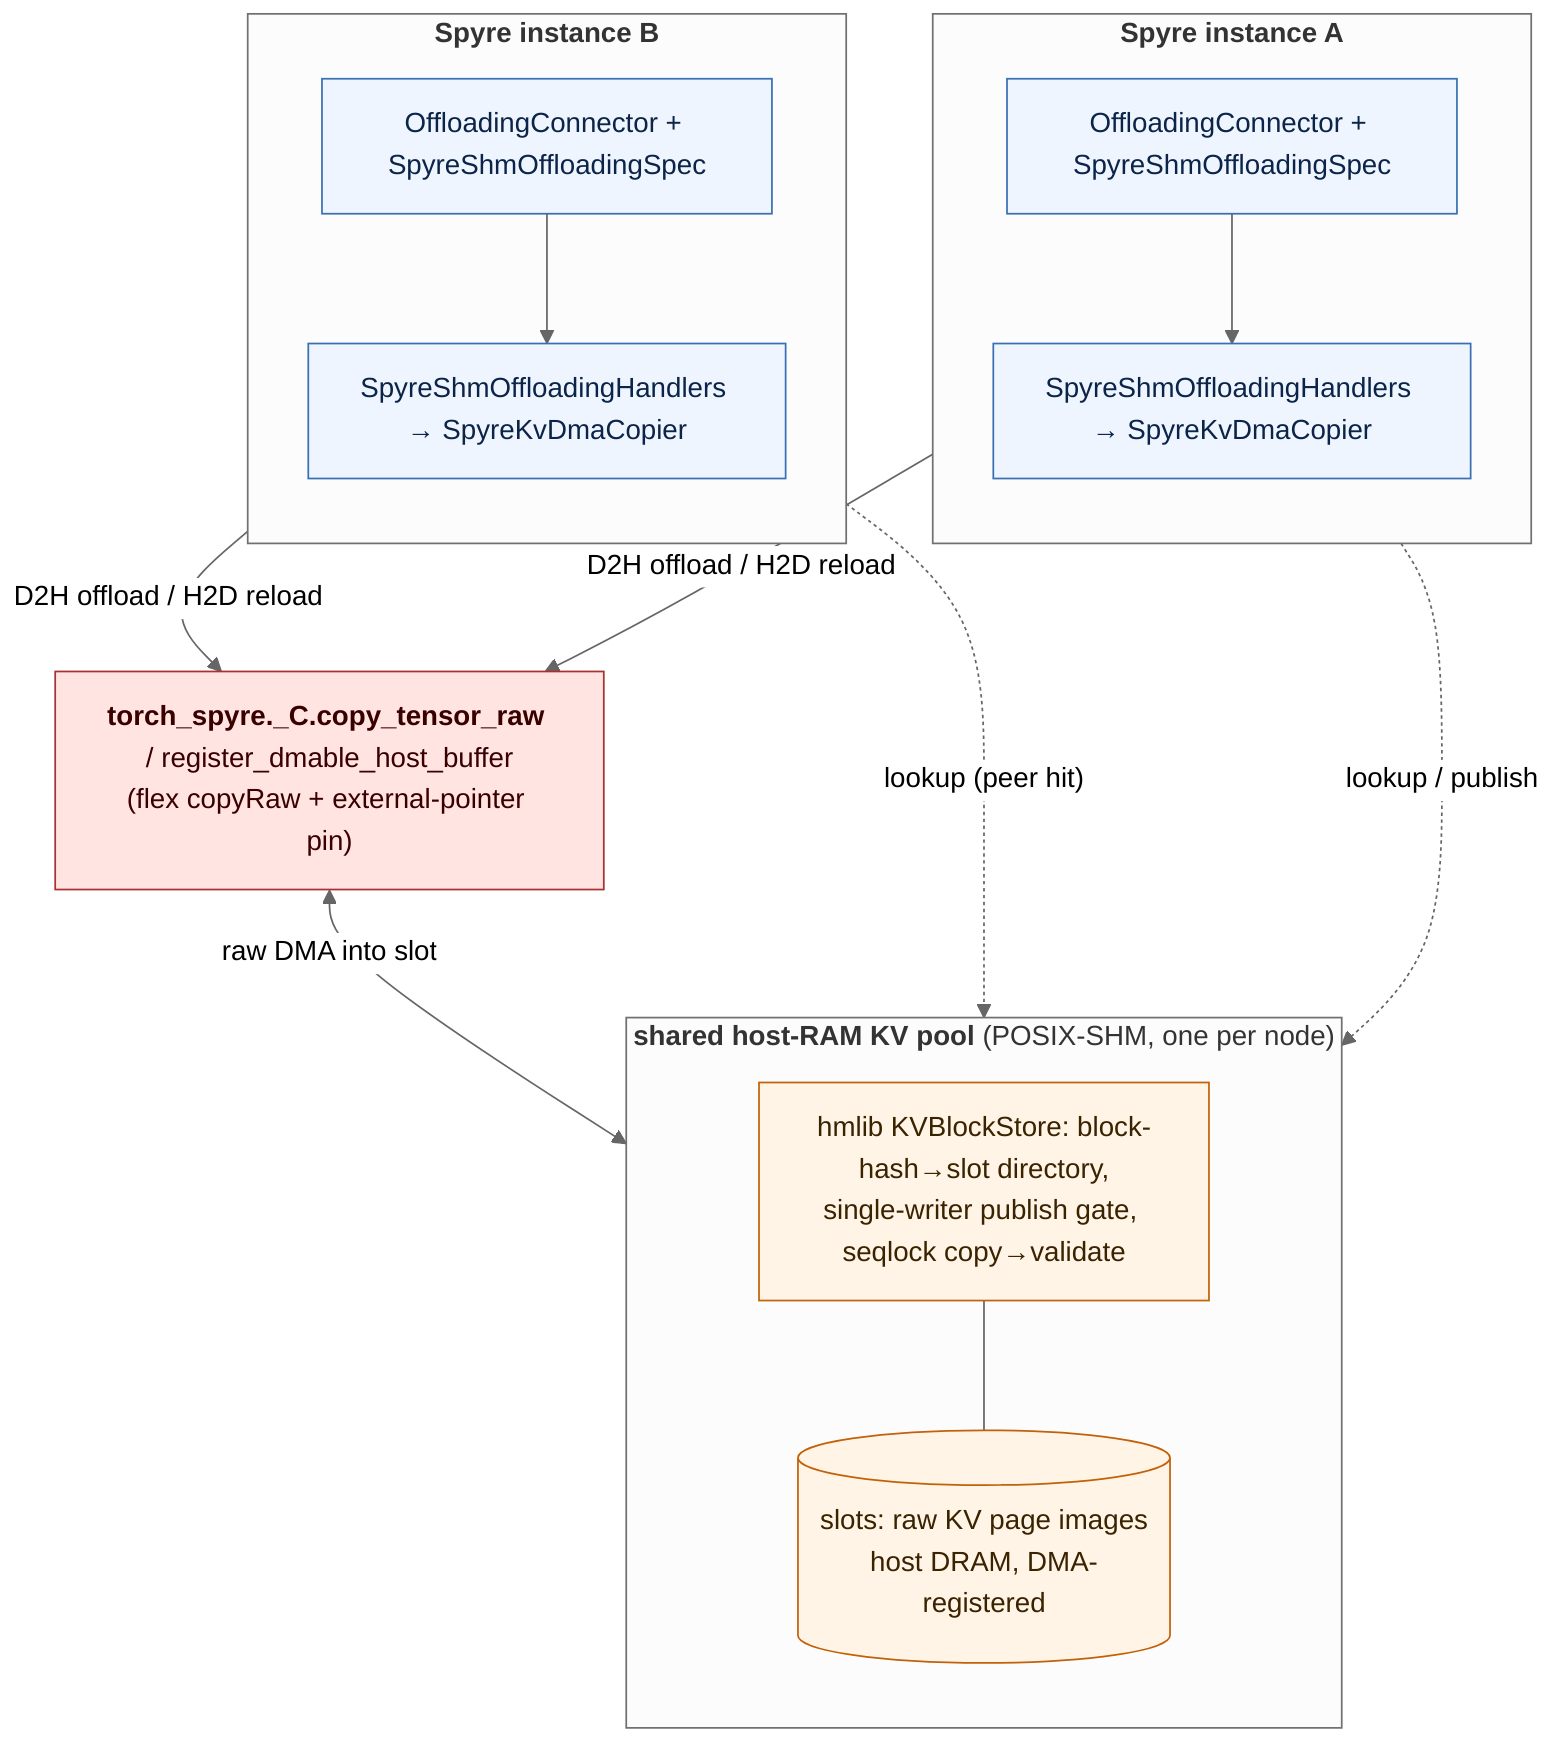
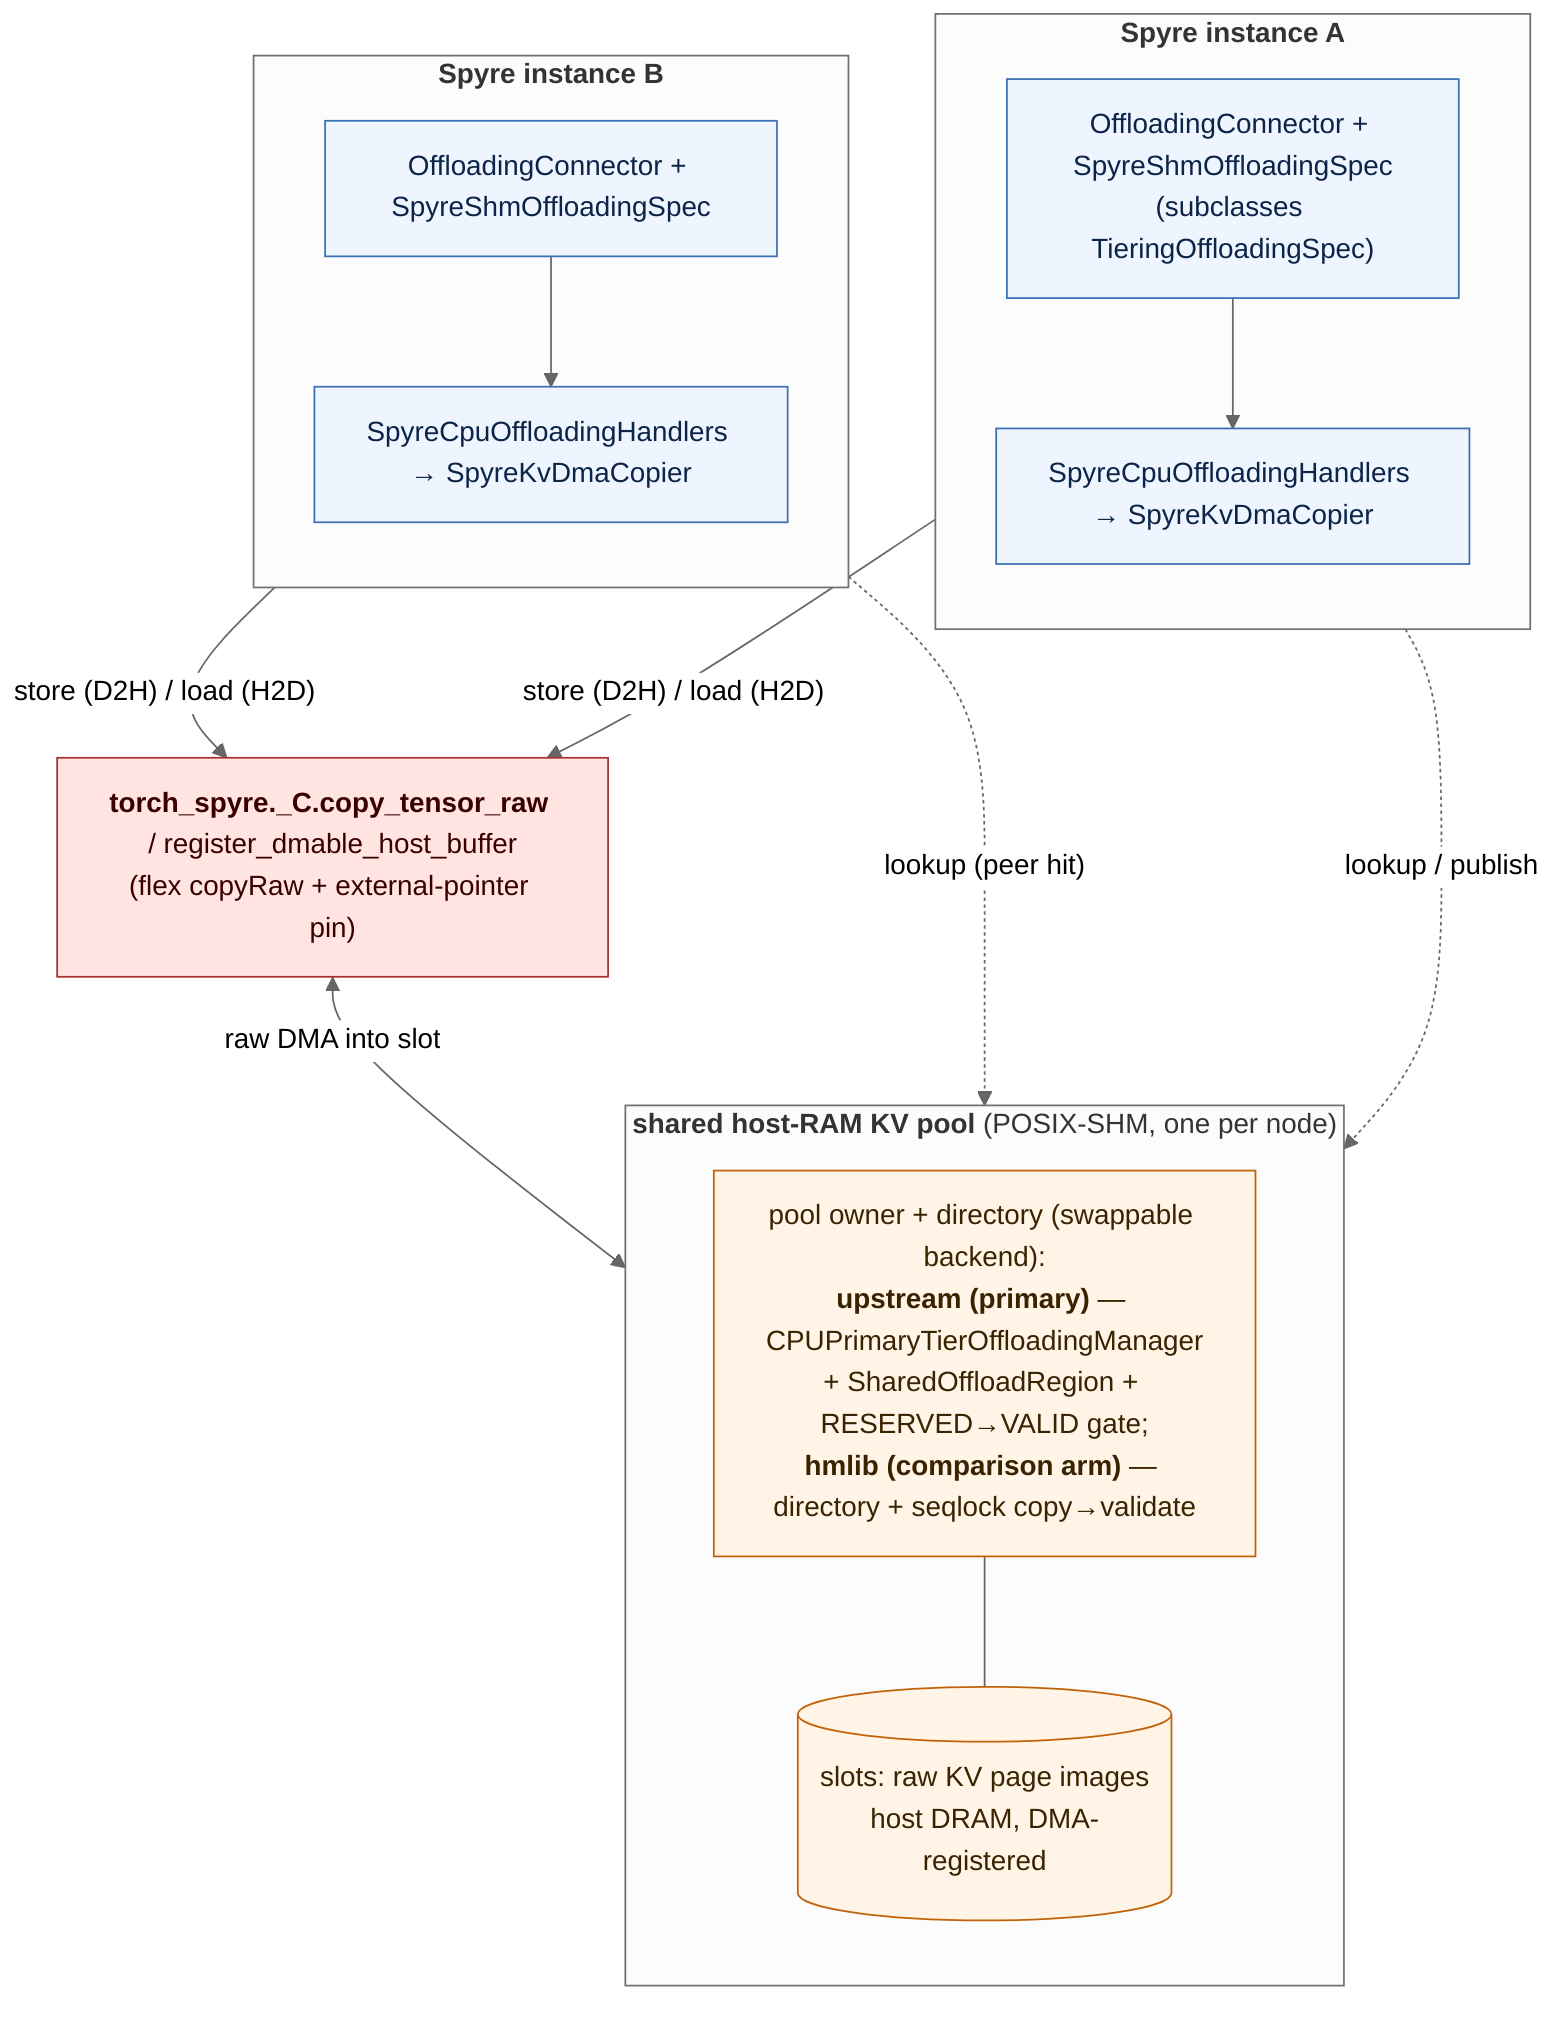
%%{ init: { "flowchart": { "htmlLabels": true, "curve": "basis" }, "theme": "neutral" } }%%
flowchart TB
    subgraph instA["<b>Spyre instance A</b>"]
        direction TB
-         OA["OffloadingConnector + SpyreShmOffloadingSpec"]
-         HA["SpyreShmOffloadingHandlers → SpyreKvDmaCopier"]
+         OA["OffloadingConnector + SpyreShmOffloadingSpec<br/>(subclasses TieringOffloadingSpec)"]
+         HA["SpyreCpuOffloadingHandlers → SpyreKvDmaCopier"]
        OA --> HA
    end
    subgraph instB["<b>Spyre instance B</b>"]
        direction TB
        OB["OffloadingConnector + SpyreShmOffloadingSpec"]
-         HB["SpyreShmOffloadingHandlers → SpyreKvDmaCopier"]
+         HB["SpyreCpuOffloadingHandlers → SpyreKvDmaCopier"]
        OB --> HB
    end

    RAW["<b>torch_spyre._C.copy_tensor_raw</b> / register_dmable_host_buffer<br/>(flex copyRaw + external-pointer pin)"]

    subgraph pool["<b>shared host-RAM KV pool</b> (POSIX-SHM, one per node)"]
        direction TB
-         HM["hmlib KVBlockStore: block-hash→slot directory,<br/>single-writer publish gate, seqlock copy→validate"]
+         HM["pool owner + directory (swappable backend):<br/><b>upstream (primary)</b> — CPUPrimaryTierOffloadingManager<br/>+ SharedOffloadRegion + RESERVED→VALID gate;<br/><b>hmlib (comparison arm)</b> — directory + seqlock copy→validate"]
        SLOTS[("slots: raw KV page images<br/>host DRAM, DMA-registered")]
        HM --- SLOTS
    end

-     HA -->|"D2H offload / H2D reload"| RAW
-     HB -->|"D2H offload / H2D reload"| RAW
+     HA -->|"store (D2H) / load (H2D)"| RAW
+     HB -->|"store (D2H) / load (H2D)"| RAW
    RAW <-->|"raw DMA into slot"| SLOTS
    HA -. "lookup / publish" .-> HM
    HB -. "lookup (peer hit)" .-> HM

    classDef inst fill:#eef5ff,stroke:#3b6fb3,color:#0b2447
    classDef hot  fill:#ffe4e1,stroke:#a83232,color:#3a0000
    classDef pl   fill:#fff4e6,stroke:#c1620a,color:#3a2300
    class OA,HA,OB,HB inst
    class RAW hot
    class HM pl
    class SLOTS pl
